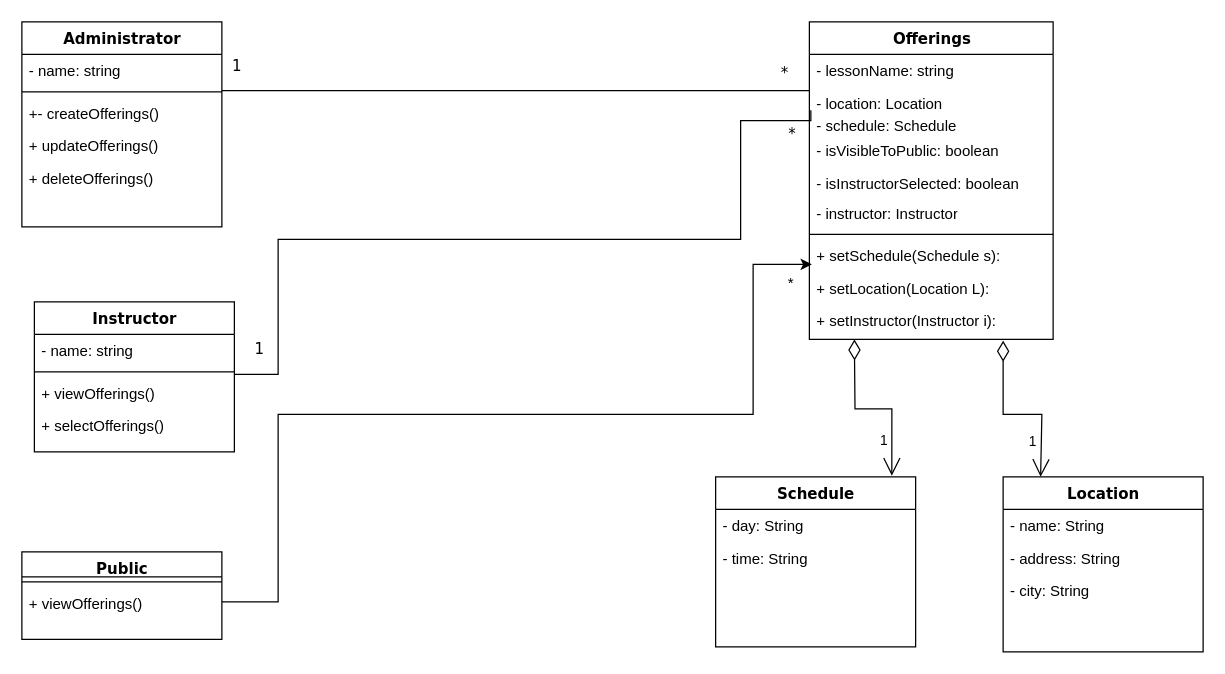
Before: iteration 2/Untitled Diagram.drawio in codedsami/SOEN-342-Project, a draw.io diagram. Source tidied: cells renumbered, new cells numbered last; positions are measured from the earlier drawing's top-left corner, leaving out a move shared by most shapes. Both pictures are drawn from the tidied source at 125%, with x=0, y=0 at pixel (21, 21).
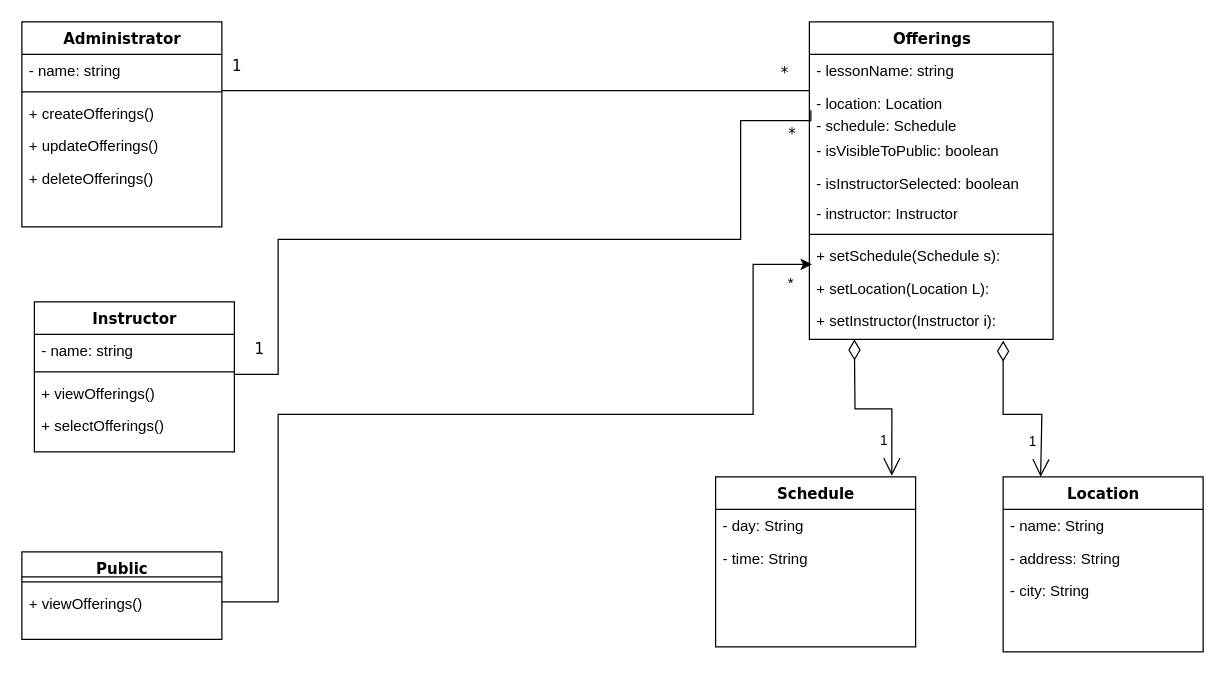
Above is the later version.

The change refers to these unchanged cells:
```xml
<mxCell id="2" value="Administrator" style="swimlane;html=1;fontStyle=1;align=center;verticalAlign=top;horizontal=1;startSize=26;swimlaneFillColor=#ffffff;rounded=0;shadow=0;comic=0;labelBackgroundColor=none;strokeWidth=1;fillColor=none;fontFamily=Verdana;fontSize=12;" parent="1" vertex="1">
  <mxGeometry width="160" height="164" as="geometry" />
</mxCell>
```

What changed in the source:
```diff
@@
-    <mxCell id="5" value="+- createOfferings()" style="text;html=1;strokeColor=none;fillColor=none;align=left;verticalAlign=top;spacingLeft=4;spacingRight=4;whiteSpace=wrap;overflow=hidden;" parent="2" vertex="1">
+    <mxCell id="5" value="+ createOfferings()" style="text;html=1;strokeColor=none;fillColor=none;align=left;verticalAlign=top;spacingLeft=4;spacingRight=4;whiteSpace=wrap;overflow=hidden;" parent="2" vertex="1">
       <mxGeometry y="60" width="160" height="26" as="geometry" />
     </mxCell>
```
